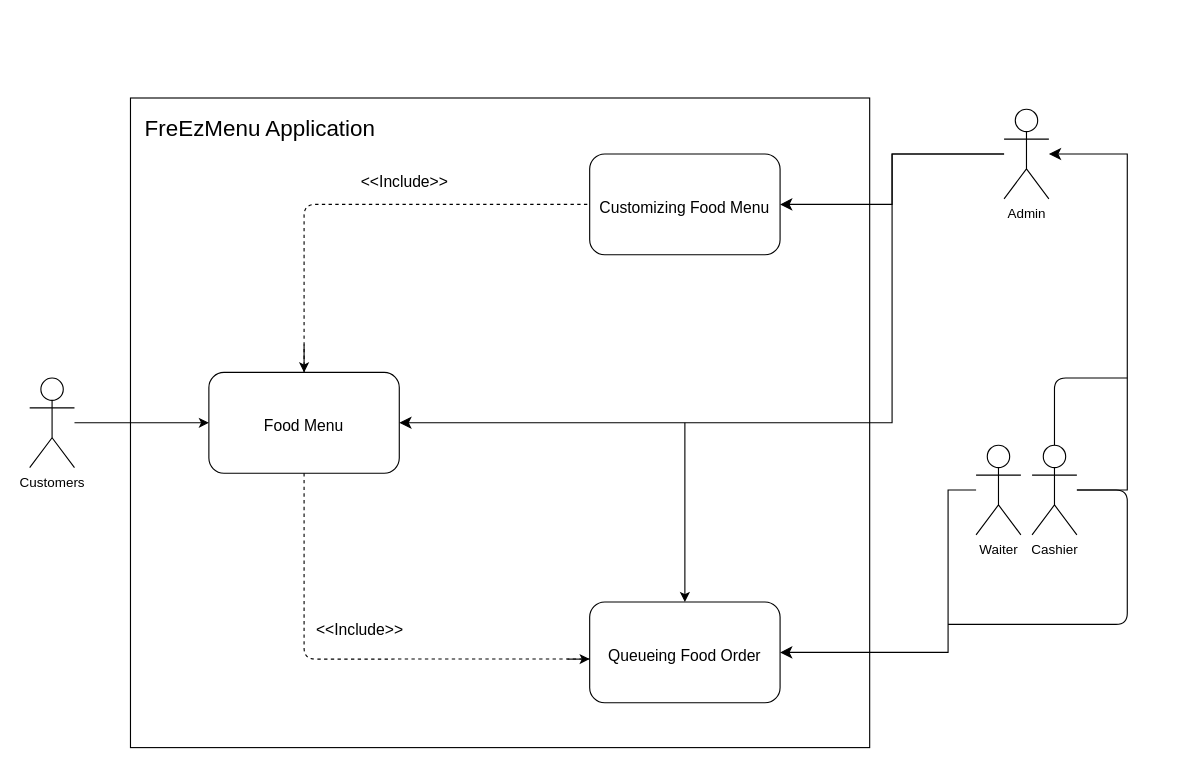
Above: DOCS/Diagrams/Use Case Diagram.drawio in alexxGmZ/MenuMaApp (draw.io), before the change. Source tidied: cells renumbered, new cells numbered last; positions are measured from the earlier drawing's top-left corner, leaving out a move shared by most shapes. Both pictures are drawn from the tidied source at 112%, with x=0, y=0 at pixel (29, 97).
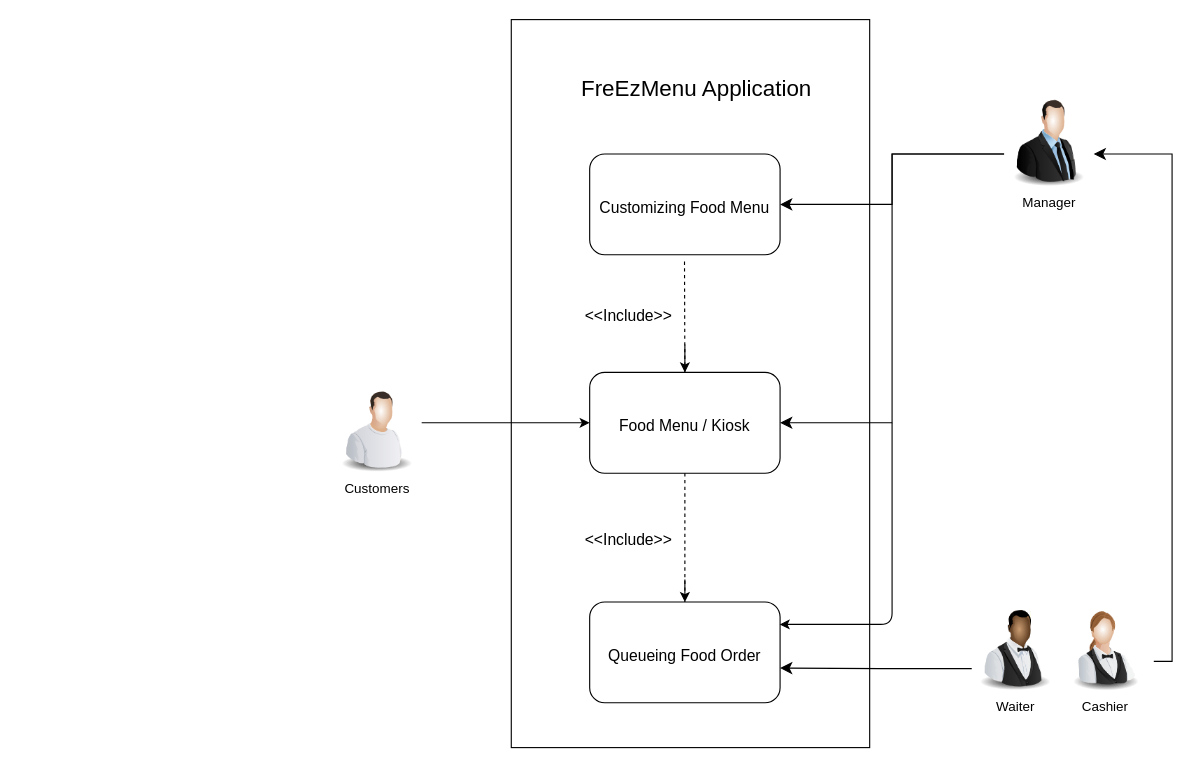
Above is the later version.

Commit message:
diagrams: clean up use case diagram

Unchanged cells that the change refers to:
```xml
<mxCell id="7" value="&lt;span style=&quot;font-size: 14px;&quot;&gt;Customizing Food Menu&lt;/span&gt;" style="rounded=1;whiteSpace=wrap;html=1;fontSize=20;" parent="1" vertex="1">
  <mxGeometry x="500" y="50" width="170" height="90" as="geometry" />
</mxCell>
<mxCell id="8" value="&lt;span style=&quot;font-size: 14px;&quot;&gt;Queueing Food Order&lt;/span&gt;" style="rounded=1;whiteSpace=wrap;html=1;fontSize=20;" parent="1" vertex="1">
  <mxGeometry x="500" y="450" width="170" height="90" as="geometry" />
</mxCell>
```

The edit, as a diff of the source:
```diff
@@
-    <mxCell id="2" value="Customers" style="shape=umlActor;verticalLabelPosition=bottom;verticalAlign=top;html=1;outlineConnect=0;" parent="1" vertex="1">
-      <mxGeometry y="250" width="40" height="80" as="geometry" />
-    </mxCell>
-    <mxCell id="3" value="Admin" style="shape=umlActor;verticalLabelPosition=bottom;verticalAlign=top;html=1;outlineConnect=0;" parent="1" vertex="1">
-      <mxGeometry x="870" y="10" width="40" height="80" as="geometry" />
-    </mxCell>
-    <mxCell id="4" value="Waiter" style="shape=umlActor;verticalLabelPosition=bottom;verticalAlign=top;html=1;outlineConnect=0;" parent="1" vertex="1">
-      <mxGeometry x="845" y="310" width="40" height="80" as="geometry" />
-    </mxCell>
-    <mxCell id="5" value="&lt;p style=&quot;line-height: 120%; font-size: 20px;&quot;&gt;&amp;nbsp; FreEzMenu Application&lt;/p&gt;&lt;p style=&quot;line-height: 120%; font-size: 20px;&quot;&gt;&lt;br&gt;&lt;/p&gt;&lt;p style=&quot;line-height: 120%; font-size: 20px;&quot;&gt;&lt;br&gt;&lt;/p&gt;&lt;p style=&quot;line-height: 120%; font-size: 20px;&quot;&gt;&lt;br&gt;&lt;/p&gt;&lt;p style=&quot;line-height: 120%; font-size: 20px;&quot;&gt;&lt;br&gt;&lt;/p&gt;&lt;p style=&quot;line-height: 120%; font-size: 20px;&quot;&gt;&lt;br&gt;&lt;/p&gt;&lt;p style=&quot;line-height: 120%; font-size: 20px;&quot;&gt;&lt;br&gt;&lt;/p&gt;&lt;p style=&quot;line-height: 120%; font-size: 20px;&quot;&gt;&lt;br&gt;&lt;/p&gt;&lt;p style=&quot;line-height: 120%; font-size: 20px;&quot;&gt;&lt;br&gt;&lt;/p&gt;&lt;p style=&quot;line-height: 120%; font-size: 20px;&quot;&gt;&lt;br&gt;&lt;/p&gt;&lt;p style=&quot;line-height: 120%; font-size: 20px;&quot;&gt;&lt;br&gt;&lt;/p&gt;&lt;p style=&quot;line-height: 120%; font-size: 20px;&quot;&gt;&lt;br&gt;&lt;/p&gt;&lt;p style=&quot;line-height: 120%; font-size: 20px;&quot;&gt;&lt;br&gt;&lt;/p&gt;" style="rounded=0;whiteSpace=wrap;html=1;align=left;" parent="1" vertex="1">
-      <mxGeometry x="90" width="660" height="580" as="geometry" />
+    <mxCell id="5" value="&lt;p style=&quot;line-height: 120%; font-size: 20px;&quot;&gt;&amp;nbsp; FreEzMenu Application&lt;/p&gt;&lt;p style=&quot;line-height: 120%; font-size: 20px;&quot;&gt;&lt;br&gt;&lt;/p&gt;&lt;p style=&quot;line-height: 120%; font-size: 20px;&quot;&gt;&lt;br&gt;&lt;/p&gt;&lt;p style=&quot;line-height: 120%; font-size: 20px;&quot;&gt;&lt;br&gt;&lt;/p&gt;&lt;p style=&quot;line-height: 120%; font-size: 20px;&quot;&gt;&lt;br&gt;&lt;/p&gt;&lt;p style=&quot;line-height: 120%; font-size: 20px;&quot;&gt;&lt;br&gt;&lt;/p&gt;&lt;p style=&quot;line-height: 120%; font-size: 20px;&quot;&gt;&lt;br&gt;&lt;/p&gt;&lt;p style=&quot;line-height: 120%; font-size: 20px;&quot;&gt;&lt;br&gt;&lt;/p&gt;&lt;p style=&quot;line-height: 120%; font-size: 20px;&quot;&gt;&lt;br&gt;&lt;/p&gt;&lt;p style=&quot;line-height: 120%; font-size: 20px;&quot;&gt;&lt;br&gt;&lt;/p&gt;&lt;p style=&quot;line-height: 120%; font-size: 20px;&quot;&gt;&lt;br&gt;&lt;/p&gt;&lt;p style=&quot;line-height: 120%; font-size: 20px;&quot;&gt;&lt;br&gt;&lt;/p&gt;&lt;p style=&quot;line-height: 120%; font-size: 20px;&quot;&gt;&lt;br&gt;&lt;/p&gt;" style="rounded=0;whiteSpace=wrap;html=1;align=center;" parent="1" vertex="1">
+      <mxGeometry x="430" y="-70" width="320" height="650" as="geometry" />
     </mxCell>
-    <mxCell id="6" value="&lt;span style=&quot;font-size: 14px;&quot;&gt;Food Menu&lt;/span&gt;" style="rounded=1;whiteSpace=wrap;html=1;fontSize=20;" parent="1" vertex="1">
-      <mxGeometry x="160" y="245" width="170" height="90" as="geometry" />
+    <mxCell id="6" value="&lt;span style=&quot;font-size: 14px;&quot;&gt;Food Menu / Kiosk&lt;/span&gt;" style="rounded=1;whiteSpace=wrap;html=1;fontSize=20;" parent="1" vertex="1">
+      <mxGeometry x="500" y="245" width="170" height="90" as="geometry" />
     </mxCell>
@@
-    <mxCell id="9" style="endArrow=classic;html=1;fontSize=14;" parent="1" edge="1" source="2" target="6">
-      <mxGeometry relative="1" as="geometry" />
+    <mxCell id="9" style="endArrow=classic;html=1;fontSize=14;" parent="1" edge="1" target="6">
+      <mxGeometry relative="1" as="geometry">
+        <mxPoint x="350" y="290" as="sourcePoint" />
+      </mxGeometry>
     </mxCell>
-    <mxCell id="10" style="edgeStyle=elbowEdgeStyle;elbow=horizontal;endArrow=classic;html=1;curved=0;rounded=0;endSize=8;startSize=8;fontSize=14;entryX=1;entryY=0.5;entryDx=0;entryDy=0;" parent="1" edge="1" source="3" target="7">
-      <mxGeometry relative="1" as="geometry" />
+    <mxCell id="10" style="edgeStyle=elbowEdgeStyle;elbow=horizontal;endArrow=classic;html=1;curved=0;rounded=0;endSize=8;startSize=8;fontSize=14;entryX=1;entryY=0.5;entryDx=0;entryDy=0;" parent="1" edge="1" target="7">
+      <mxGeometry relative="1" as="geometry">
+        <mxPoint x="870" y="50" as="sourcePoint" />
+      </mxGeometry>
     </mxCell>
-    <mxCell id="11" style="edgeStyle=elbowEdgeStyle;elbow=horizontal;endArrow=classic;html=1;curved=0;rounded=0;endSize=8;startSize=8;fontSize=14;entryX=1;entryY=0.5;entryDx=0;entryDy=0;" parent="1" edge="1" source="4" target="8">
+    <mxCell id="11" style="edgeStyle=elbowEdgeStyle;elbow=horizontal;endArrow=classic;html=1;curved=0;rounded=0;endSize=8;startSize=8;fontSize=14;entryX=1;entryY=0.5;entryDx=0;entryDy=0;exitX=0.014;exitY=0.743;exitDx=0;exitDy=0;exitPerimeter=0;" parent="1" edge="1" source="4">
       <mxGeometry relative="1" as="geometry">
+        <mxPoint x="670" y="509" as="targetPoint" />
         <Array as="points">
-          <mxPoint x="820" y="420" />
+          <mxPoint x="760" y="500" />
         </Array>
       </mxGeometry>
     </mxCell>
-    <mxCell id="12" value="Cashier" style="shape=umlActor;verticalLabelPosition=bottom;verticalAlign=top;html=1;outlineConnect=0;" parent="1" vertex="1">
-      <mxGeometry x="895" y="310" width="40" height="80" as="geometry" />
-    </mxCell>
-    <mxCell id="13" style="edgeStyle=elbowEdgeStyle;elbow=vertical;endArrow=classic;html=1;curved=0;rounded=0;endSize=8;startSize=8;fontSize=14;" parent="1" edge="1" source="12" target="3">
+    <mxCell id="13" style="edgeStyle=elbowEdgeStyle;elbow=vertical;endArrow=classic;html=1;curved=0;rounded=0;endSize=8;startSize=8;fontSize=14;entryX=1;entryY=0.625;entryDx=0;entryDy=0;entryPerimeter=0;exitX=1.046;exitY=0.663;exitDx=0;exitDy=0;exitPerimeter=0;" parent="1" edge="1" source="12" target="24">
       <mxGeometry relative="1" as="geometry">
         <Array as="points">
-          <mxPoint x="980" y="200" />
+          <mxPoint x="1020" y="230" />
         </Array>
       </mxGeometry>
     </mxCell>
-    <mxCell id="14" style="endArrow=none;html=1;fontSize=14;exitX=0.5;exitY=0;exitDx=0;exitDy=0;exitPerimeter=0;" parent="1" edge="1" source="12">
-      <mxGeometry relative="1" as="geometry">
-        <mxPoint x="980" y="250" as="targetPoint" />
-        <Array as="points">
-          <mxPoint x="915" y="250" />
-        </Array>
-      </mxGeometry>
-    </mxCell>
-    <mxCell id="15" style="endArrow=none;html=1;fontSize=14;" parent="1" edge="1" target="12">
-      <mxGeometry relative="1" as="geometry">
-        <mxPoint x="820" y="470" as="sourcePoint" />
-        <Array as="points">
-          <mxPoint x="980" y="470" />
-          <mxPoint x="980" y="350" />
-        </Array>
-      </mxGeometry>
-    </mxCell>
-    <mxCell id="16" style="endArrow=none;dashed=1;html=1;fontSize=14;exitX=0.5;exitY=0;exitDx=0;exitDy=0;entryX=0;entryY=0.5;entryDx=0;entryDy=0;" parent="1" edge="1" source="6" target="7">
-      <mxGeometry relative="1" as="geometry">
-        <Array as="points">
-          <mxPoint x="245" y="95" />
-        </Array>
-      </mxGeometry>
+    <mxCell id="16" style="endArrow=none;dashed=1;html=1;fontSize=14;exitX=0.5;exitY=0;exitDx=0;exitDy=0;entryX=0.498;entryY=1.034;entryDx=0;entryDy=0;entryPerimeter=0;" parent="1" edge="1" source="6" target="7">
+      <mxGeometry relative="1" as="geometry" />
     </mxCell>
     <mxCell id="17" style="endArrow=classic;html=1;fontSize=14;entryX=0.5;entryY=0;entryDx=0;entryDy=0;" parent="1" edge="1" target="6">
       <mxGeometry relative="1" as="geometry">
-        <mxPoint x="245" y="220" as="sourcePoint" />
+        <mxPoint x="585" y="220" as="sourcePoint" />
       </mxGeometry>
     </mxCell>
     <mxCell id="18" value="&amp;lt;&amp;lt;Include&amp;gt;&amp;gt;" style="text;html=1;strokeColor=none;fillColor=none;align=center;verticalAlign=middle;whiteSpace=wrap;rounded=0;fontSize=14;" parent="1" vertex="1">
-      <mxGeometry x="290" y="60" width="90" height="30" as="geometry" />
+      <mxGeometry x="490" y="180" width="90" height="30" as="geometry" />
     </mxCell>
-    <mxCell id="19" style="edgeStyle=segmentEdgeStyle;endArrow=classic;html=1;curved=0;rounded=0;endSize=8;startSize=8;fontSize=14;entryX=1;entryY=0.5;entryDx=0;entryDy=0;" parent="1" edge="1" source="3" target="6">
+    <mxCell id="19" style="edgeStyle=segmentEdgeStyle;endArrow=classic;html=1;curved=0;rounded=0;endSize=8;startSize=8;fontSize=14;entryX=1;entryY=0.5;entryDx=0;entryDy=0;" parent="1" edge="1" target="6">
       <mxGeometry relative="1" as="geometry">
+        <mxPoint x="870" y="50" as="sourcePoint" />
         <Array as="points">
           <mxPoint x="770" y="50" />
           <mxPoint x="770" y="290" />
         </Array>
       </mxGeometry>
     </mxCell>
-    <mxCell id="20" style="endArrow=none;dashed=1;html=1;fontSize=14;exitX=0.5;exitY=1;exitDx=0;exitDy=0;entryX=0.008;entryY=0.565;entryDx=0;entryDy=0;entryPerimeter=0;" parent="1" edge="1" source="6" target="8">
-      <mxGeometry relative="1" as="geometry">
-        <Array as="points">
-          <mxPoint x="245" y="501" />
-        </Array>
-      </mxGeometry>
+    <mxCell id="20" style="endArrow=none;dashed=1;html=1;fontSize=14;exitX=0.5;exitY=1;exitDx=0;exitDy=0;" parent="1" edge="1" source="6" target="8">
+      <mxGeometry relative="1" as="geometry" />
     </mxCell>
     <mxCell id="21" style="endArrow=classic;html=1;fontSize=14;" parent="1" edge="1">
       <mxGeometry relative="1" as="geometry">
-        <mxPoint x="480" y="501" as="sourcePoint" />
-        <mxPoint x="500" y="501" as="targetPoint" />
+        <mxPoint x="585" y="430" as="sourcePoint" />
+        <mxPoint x="585" y="450" as="targetPoint" />
       </mxGeometry>
     </mxCell>
     <mxCell id="22" value="&amp;lt;&amp;lt;Include&amp;gt;&amp;gt;" style="text;html=1;strokeColor=none;fillColor=none;align=center;verticalAlign=middle;whiteSpace=wrap;rounded=0;fontSize=14;" parent="1" vertex="1">
-      <mxGeometry x="250" y="460" width="90" height="30" as="geometry" />
+      <mxGeometry x="490" y="380" width="90" height="30" as="geometry" />
     </mxCell>
-    <mxCell id="23" style="endArrow=classic;html=1;fontSize=14;entryX=0.5;entryY=0;entryDx=0;entryDy=0;" parent="1" edge="1" target="8">
+    <mxCell id="23" style="endArrow=classic;html=1;fontSize=14;entryX=0.998;entryY=0.222;entryDx=0;entryDy=0;entryPerimeter=0;" parent="1" edge="1" target="8">
       <mxGeometry relative="1" as="geometry">
-        <mxPoint x="585" y="290" as="sourcePoint" />
+        <mxPoint x="770" y="290" as="sourcePoint" />
+        <Array as="points">
+          <mxPoint x="770" y="470" />
+        </Array>
       </mxGeometry>
     </mxCell>
+    <mxCell id="24" value="Manager" style="image;html=1;image=img/lib/clip_art/people/Suit_Man_128x128.png;" parent="1" vertex="1">
+      <mxGeometry x="870" width="80" height="80" as="geometry" />
+    </mxCell>
+    <mxCell id="4" value="Waiter" style="image;html=1;image=img/lib/clip_art/people/Waiter_Black_128x128.png;" parent="1" vertex="1">
+      <mxGeometry x="840" y="450" width="80" height="80" as="geometry" />
+    </mxCell>
+    <mxCell id="12" value="Cashier" style="image;html=1;image=img/lib/clip_art/people/Waiter_Woman_128x128.png;" parent="1" vertex="1">
+      <mxGeometry x="920" y="450" width="80" height="80" as="geometry" />
+    </mxCell>
+    <mxCell id="2" value="Customers" style="image;html=1;image=img/lib/clip_art/people/Worker_Man_128x128.png;" parent="1" vertex="1">
+      <mxGeometry x="270" y="255" width="80" height="80" as="geometry" />
+    </mxCell>
```
